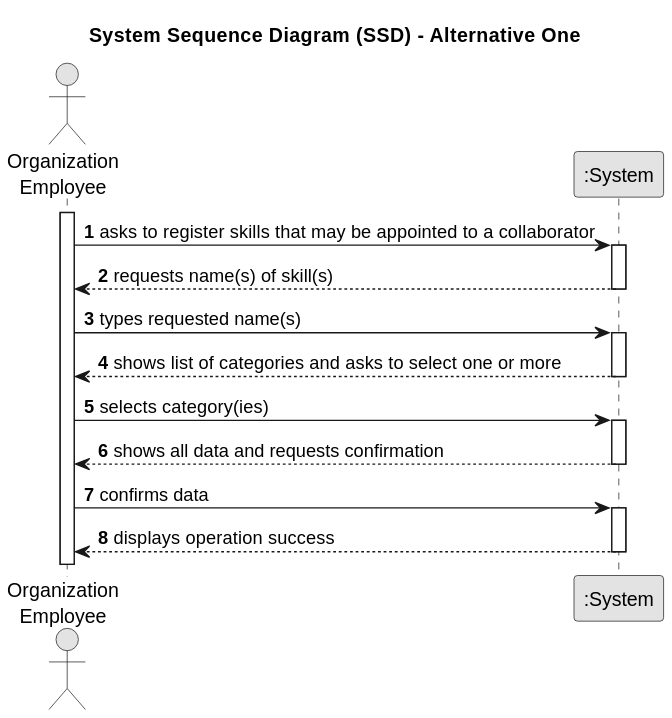
tiagosoa/lei-24-s2-1dgh-g073 keeps this PlantUML diagram as docs/sprintA/us001/01.requirements-engineering/svg/us001-system-sequence-diagram-alternative-one.svg. Above is the earlier version. Source of this version:
```plantuml
@startuml
skinparam monochrome true
skinparam packageStyle rectangle
skinparam shadowing false

title System Sequence Diagram (SSD) - Alternative One

autonumber

actor "Organization\nEmployee" as Employee
participant ":System" as System

activate Employee

    Employee -> System : asks to register skills that may be appointed to a collaborator
    activate System

        System --> Employee : requests name(s) of skill(s)
    deactivate System

    Employee -> System : types requested name(s)
    activate System

        System --> Employee : shows list of categories and asks to select one or more
    deactivate System

    Employee -> System : selects category(ies)
    activate System

        System --> Employee : shows all data and requests confirmation
    deactivate System

    Employee -> System : confirms data
    activate System

        System --> Employee : displays operation success
    deactivate System
@enduml
```
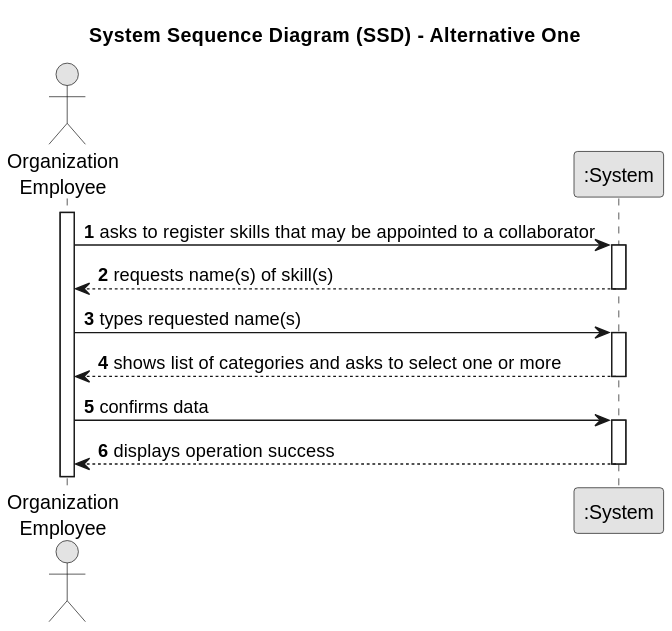
The same file after the commit.

Diff of the diagram source:
```diff
@@ -24,12 +24,6 @@
         System --> Employee : shows list of categories and asks to select one or more
     deactivate System
 
-    Employee -> System : selects category(ies)
-    activate System
-
-        System --> Employee : shows all data and requests confirmation
-    deactivate System
-
     Employee -> System : confirms data
     activate System
 
```
